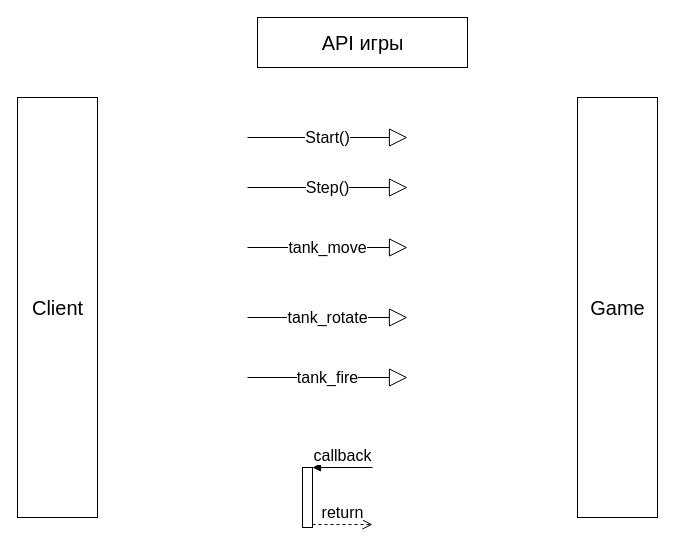
This is page "API" (3 of 3) of UML.drawio from maximrufed/mipt_hw_tp_project, a draw.io file, before an edit. Source tidied: cells renumbered, new cells numbered last; positions are measured from the earlier drawing's top-left corner, leaving out a move shared by most shapes. Both pictures are drawn from the tidied source at 100%, with x=0, y=0 at pixel (17, 17).
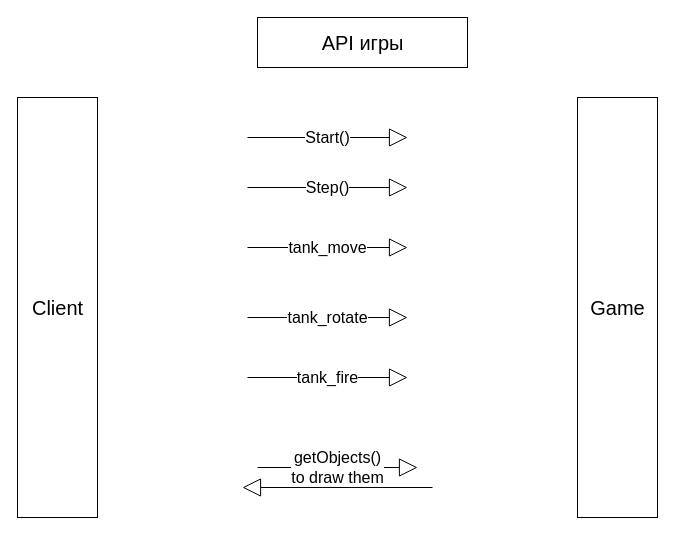
The same page after the edit.

Change to the diagram source:
```diff
@@
 <mxGraphModel>
   <root>
     <mxCell id="0" />
     <mxCell id="1" parent="0" />
     <mxCell id="2" value="API игры" style="html=1;fontSize=20;" parent="1" vertex="1">
       <mxGeometry x="240" width="210" height="50" as="geometry" />
     </mxCell>
     <mxCell id="3" value="Client" style="html=1;fontSize=20;" parent="1" vertex="1">
       <mxGeometry y="80" width="80" height="420" as="geometry" />
     </mxCell>
     <mxCell id="4" value="Game" style="html=1;fontSize=20;" parent="1" vertex="1">
       <mxGeometry x="560" y="80" width="80" height="420" as="geometry" />
     </mxCell>
     <mxCell id="5" value="Start()" style="endArrow=block;endSize=16;endFill=0;html=1;fontSize=16;" parent="1" edge="1">
       <mxGeometry relative="1" as="geometry">
         <mxPoint x="230" y="120" as="sourcePoint" />
         <mxPoint x="390" y="120" as="targetPoint" />
       </mxGeometry>
     </mxCell>
     <mxCell id="6" value="Step()" style="endArrow=block;endSize=16;endFill=0;html=1;fontSize=16;" parent="1" edge="1">
       <mxGeometry relative="1" as="geometry">
         <mxPoint x="230" y="170" as="sourcePoint" />
         <mxPoint x="390" y="170" as="targetPoint" />
       </mxGeometry>
     </mxCell>
     <mxCell id="7" value="tank_move" style="endArrow=block;endSize=16;endFill=0;html=1;fontSize=16;" parent="1" edge="1">
       <mxGeometry relative="1" as="geometry">
         <mxPoint x="230" y="230" as="sourcePoint" />
         <mxPoint x="390" y="230" as="targetPoint" />
       </mxGeometry>
     </mxCell>
     <mxCell id="8" value="tank_rotate" style="endArrow=block;endSize=16;endFill=0;html=1;fontSize=16;" parent="1" edge="1">
       <mxGeometry relative="1" as="geometry">
         <mxPoint x="230" y="300" as="sourcePoint" />
         <mxPoint x="390" y="300" as="targetPoint" />
       </mxGeometry>
     </mxCell>
     <mxCell id="9" value="tank_fire" style="endArrow=block;endSize=16;endFill=0;html=1;fontSize=16;" parent="1" edge="1">
       <mxGeometry relative="1" as="geometry">
         <mxPoint x="230" y="360" as="sourcePoint" />
         <mxPoint x="390" y="360" as="targetPoint" />
       </mxGeometry>
     </mxCell>
-    <mxCell id="10" style="html=1;points=[];perimeter=orthogonalPerimeter;fontSize=16;" parent="1" vertex="1">
-      <mxGeometry x="285" y="450" width="10" height="60" as="geometry" />
-    </mxCell>
-    <mxCell id="11" value="callback" style="html=1;verticalAlign=bottom;endArrow=block;entryX=1;entryY=0;fontSize=16;" parent="1" edge="1" target="10">
-      <mxGeometry relative="1" as="geometry">
-        <mxPoint x="355" y="450" as="sourcePoint" />
-      </mxGeometry>
-    </mxCell>
-    <mxCell id="12" value="return" style="html=1;verticalAlign=bottom;endArrow=open;dashed=1;endSize=8;exitX=1;exitY=0.95;fontSize=16;" parent="1" edge="1" source="10">
-      <mxGeometry relative="1" as="geometry">
-        <mxPoint x="355" y="507" as="targetPoint" />
-      </mxGeometry>
-    </mxCell>
+    <mxCell id="13" value="getObjects()&lt;br&gt;to draw them" style="endArrow=block;endSize=16;endFill=0;html=1;fontSize=16;" parent="1" edge="1">
+      <mxGeometry relative="1" as="geometry">
+        <mxPoint x="240" y="450" as="sourcePoint" />
+        <mxPoint x="400" y="450" as="targetPoint" />
+      </mxGeometry>
+    </mxCell>
+    <mxCell id="14" style="endArrow=block;endSize=16;endFill=0;html=1;fontSize=16;" parent="1" edge="1">
+      <mxGeometry relative="1" as="geometry">
+        <mxPoint x="415" y="470" as="sourcePoint" />
+        <mxPoint x="225" y="470" as="targetPoint" />
+      </mxGeometry>
+    </mxCell>
   </root>
 </mxGraphModel>
```
